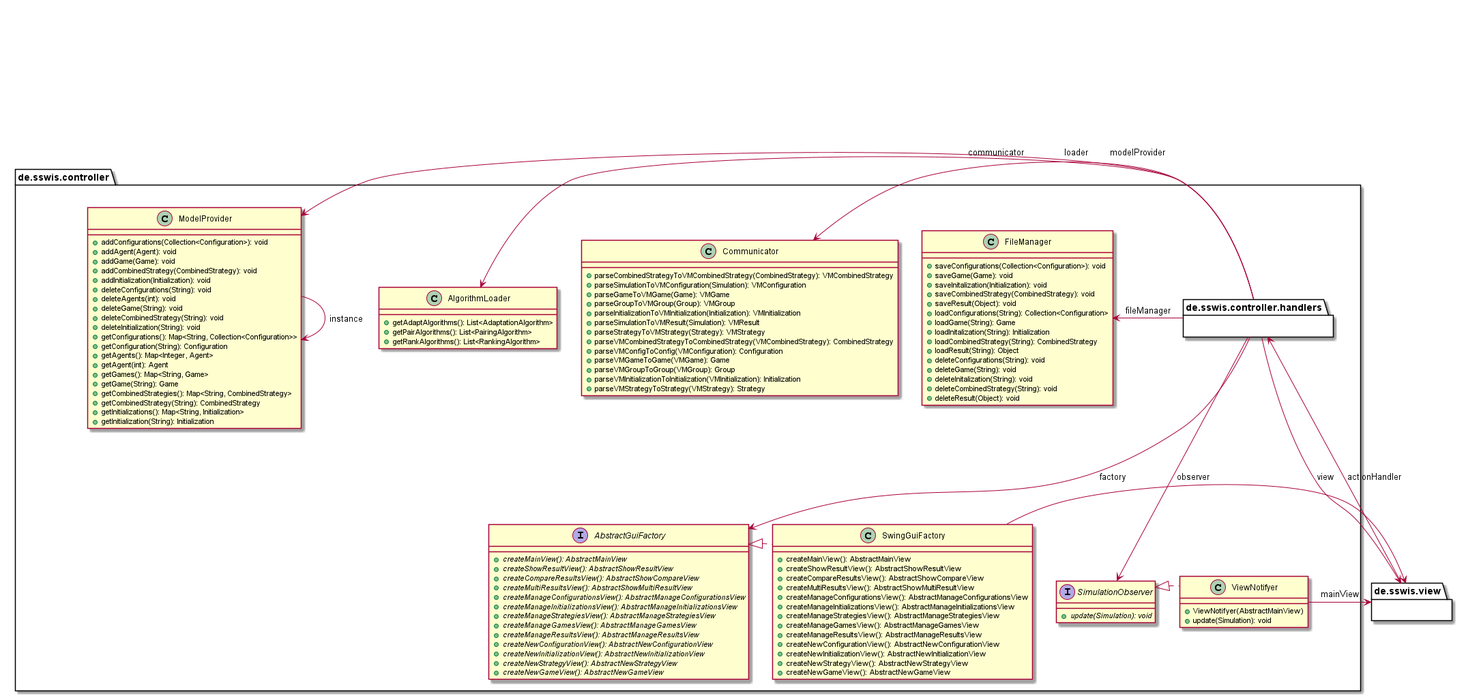
The PlantUML diagram Entwurf/Diagramme/Controller_package.png in max-97/pse, before a commit.
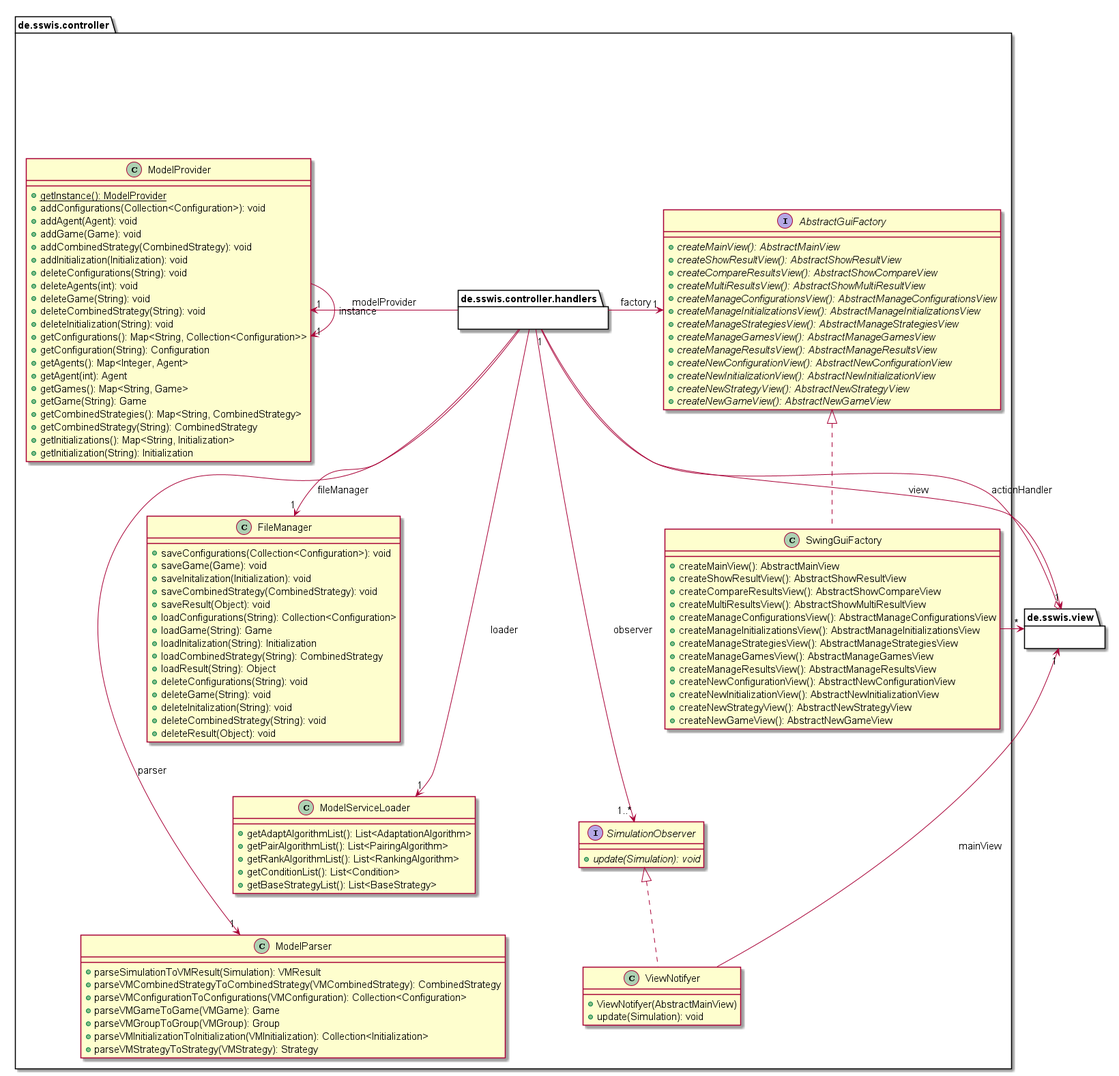
After the commit.

What changed in the source:
```diff
@@ -1,4 +1,5 @@
 @startuml
+skinparam defaultFontSize 15
 
     namespace de.sswis.view {
 
@@ -7,31 +8,27 @@
     namespace de.sswis.controller {
 
 
+        namespace de.sswis.controller.handlers {
+        }
         together {
-            namespace de.sswis.controller.handlers {
-            }
 
-            class de.sswis.controller.AlgorithmLoader [[AlgorithmLoader.html]] {
-                +getAdaptAlgorithms(): List<AdaptationAlgorithm>
-                +getPairAlgorithms(): List<PairingAlgorithm>
-                +getRankAlgorithms(): List<RankingAlgorithm>
-            }
+            class de.sswis.controller.ModelServiceLoader [[ModelServiceLoader.html]] {
+                        +getAdaptAlgorithmList(): List<AdaptationAlgorithm>
+                        +getPairAlgorithmList(): List<PairingAlgorithm>
+                        +getRankAlgorithmList(): List<RankingAlgorithm>
+                        +getConditionList(): List<Condition>
+                        +getBaseStrategyList(): List<BaseStrategy>
+                    }
 
-            class de.sswis.controller.Communicator [[Communicator.html]] {
-                +parseCombinedStrategyToVMCombinedStrategy(CombinedStrategy): VMCombinedStrategy
-                +parseSimulationToVMConfiguration(Simulation): VMConfiguration
-                +parseGameToVMGame(Game): VMGame
-                +parseGroupToVMGroup(Group): VMGroup
-                +parseInitializationToVMInitialization(Initialization): VMInitialization
-                +parseSimulationToVMResult(Simulation): VMResult
-                +parseStrategyToVMStrategy(Strategy): VMStrategy
-                +parseVMCombinedStrategyToCombinedStrategy(VMCombinedStrategy): CombinedStrategy
-                +parseVMConfigToConfig(VMConfiguration): Configuration
-                +parseVMGameToGame(VMGame): Game
-                +parseVMGroupToGroup(VMGroup): Group
-                +parseVMInitializationToInitialization(VMInitialization): Initialization
-                +parseVMStrategyToStrategy(VMStrategy): Strategy
-            }
+            class de.sswis.controller.ModelParser [[ModelParser.html]] {
+                        +parseSimulationToVMResult(Simulation): VMResult
+                        +parseVMCombinedStrategyToCombinedStrategy(VMCombinedStrategy): CombinedStrategy
+                        +parseVMConfigurationToConfigurations(VMConfiguration): Collection<Configuration>
+                        +parseVMGameToGame(VMGame): Game
+                        +parseVMGroupToGroup(VMGroup): Group
+                        +parseVMInitializationToInitialization(VMInitialization): Collection<Initialization>
+                        +parseVMStrategyToStrategy(VMStrategy): Strategy
+                    }
 
             class de.sswis.controller.FileManager [[FileManager.html]] {
                 +saveConfigurations(Collection<Configuration>): void
@@ -52,6 +49,7 @@
             }
 
             class de.sswis.controller.ModelProvider [[ModelProvider.html]] {
+                {static} +getInstance(): ModelProvider
                 +addConfigurations(Collection<Configuration>): void
                 +addAgent(Agent): void
                 +addGame(Game): void
@@ -123,26 +121,36 @@
 
         }
 
-        de.sswis.controller.ModelProvider -[hidden]> de.sswis.controller.Communicator
-        de.sswis.controller.Communicator -[hidden]> de.sswis.controller.FileManager
-        de.sswis.controller.FileManager -[hidden]> de.sswis.controller.AlgorithmLoader
-        de.sswis.controller.AlgorithmLoader -[hidden]> de.sswis.controller.handlers
-        de.sswis.controller.ModelProvider -[hidden]--> de.sswis.controller.AbstractGuiFactory
-        de.sswis.controller.AbstractGuiFactory -[hidden]> de.sswis.controller.SwingGuiFactory
-        de.sswis.controller.SimulationObserver -[hidden]> de.sswis.controller.ViewNotifyer
-        de.sswis.controller.ModelProvider -[hidden]--> de.sswis.controller.SimulationObserver
 
-        de.sswis.view -> de.sswis.controller.handlers : actionHandler
-        de.sswis.controller.handlers -> de.sswis.view : view
-        de.sswis.controller.handlers -> de.sswis.controller.AbstractGuiFactory : factory
-        de.sswis.controller.handlers -> de.sswis.controller.FileManager :fileManager
-        de.sswis.controller.handlers -> de.sswis.controller.AlgorithmLoader : loader
-        de.sswis.controller.handlers -> de.sswis.controller.ModelProvider : modelProvider
-        de.sswis.controller.handlers -> de.sswis.controller.SimulationObserver : observer
-        de.sswis.controller.handlers -> de.sswis.controller.Communicator : communicator
-        de.sswis.controller.ModelProvider -> de.sswis.controller.ModelProvider: instance
-        de.sswis.controller.SwingGuiFactory -> de.sswis.view
-        de.sswis.controller.ViewNotifyer -> de.sswis.view : mainView
+        de.sswis.controller.Test -[hidden]--> de.sswis.controller.handlers
+        hide de.sswis.controller.Test
+
+        de.sswis.controller.ModelProvider -[hidden]-> de.sswis.controller.FileManager
+        de.sswis.controller.ModelProvider -[hidden]> de.sswis.controller.handlers
+        de.sswis.controller.ModelProvider -[hidden]--> de.sswis.controller.handlers
+        de.sswis.controller.ModelProvider -[hidden]--> de.sswis.controller.ModelParser
+        de.sswis.controller.FileManager -[hidden]-> de.sswis.controller.ModelServiceLoader
+        de.sswis.controller.FileManager -[hidden]> de.sswis.controller.handlers
+        de.sswis.controller.ModelServiceLoader -[hidden]> de.sswis.controller.handlers
+        de.sswis.controller.ModelServiceLoader -[hidden]-> de.sswis.controller.ModelParser
+
+        de.sswis.controller.handlers -[hidden]> de.sswis.controller.AbstractGuiFactory
+        de.sswis.controller.handlers -[hidden]> de.sswis.controller.SimulationObserver
+        de.sswis.controller.ModelParser -[hidden]> de.sswis.controller.handlers
+
+        de.sswis.controller.SwingGuiFactory -[hidden]-> de.sswis.controller.SimulationObserver
+
+        de.sswis.view o-- "1" de.sswis.controller.handlers : actionHandler
+        de.sswis.controller.handlers --> "1" de.sswis.view : view
+        de.sswis.controller.handlers --> "1" de.sswis.controller.AbstractGuiFactory : factory
+        de.sswis.controller.handlers -> "1" de.sswis.controller.FileManager :fileManager
+        de.sswis.controller.handlers -> "1" de.sswis.controller.ModelServiceLoader : loader
+        de.sswis.controller.handlers --> "1" de.sswis.controller.ModelProvider : modelProvider
+        de.sswis.controller.handlers --> "1..*" de.sswis.controller.SimulationObserver : observer
+        de.sswis.controller.handlers -> "1" de.sswis.controller.ModelParser : parser
+        de.sswis.controller.ModelProvider -> "1" de.sswis.controller.ModelProvider: instance
+        de.sswis.controller.SwingGuiFactory -> "*" de.sswis.view
+        de.sswis.controller.ViewNotifyer -> "1" de.sswis.view : mainView
         de.sswis.controller.AbstractGuiFactory <|.. de.sswis.controller.SwingGuiFactory
         de.sswis.controller.SimulationObserver <|.. de.sswis.controller.ViewNotifyer
     }
```
